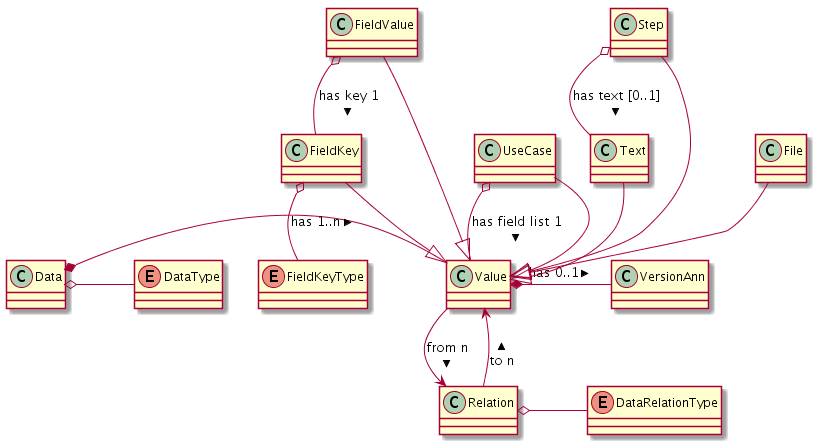
The PlantUML diagram Design/uce-db_schema.png in scala-steward/shipreq, before a commit. Source of this version:
```plantuml
@startuml

Data *- Value : has 1..n >
Value *- VersionAnn : has 0..1 >

Value --> Relation : from n >
Value <-- Relation : to n <

UseCase --|> Value
FieldKey --|> Value
FieldValue --|> Value
Text --|> Value
Step --|> Value
File --|> Value

enum DataType
enum DataRelationType
enum FieldKeyType

Data o- DataType
Relation o- DataRelationType
FieldKey o-- FieldKeyType

UseCase o-- Value : has field list 1 >
FieldValue o-- FieldKey : has key 1 >
Step o-- Text : has text [0..1] >

@enduml
```
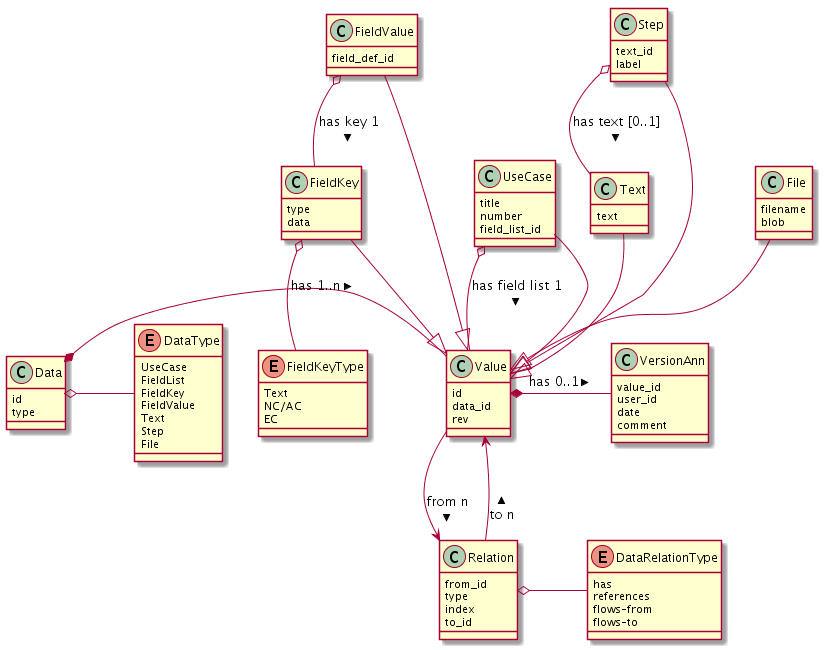
The same diagram one commit later.

Commit message:
Added fields to DB schema diagram

What changed in the source:
```diff
@@ -1,4 +1,70 @@
 @startuml
+
+class Data {
+  id
+  type
+}
+class Value {
+  id
+  data_id
+  rev
+}
+class VersionAnn {
+  value_id
+  user_id
+  date
+  comment
+}
+class UseCase {
+  title
+  number
+  field_list_id
+}
+class FieldKey {
+  type
+  data
+}
+class FieldValue {
+  field_def_id
+}
+class Text {
+  text
+}
+class Step {
+  text_id
+  label
+}
+class File {
+  filename
+  blob
+}
+class Relation {
+  from_id
+  type
+  index
+  to_id
+}
+
+enum DataType {
+  UseCase
+  FieldList
+  FieldKey
+  FieldValue
+  Text
+  Step
+  File
+}
+enum DataRelationType {
+  has
+  references
+  flows-from
+  flows-to
+}
+enum FieldKeyType {
+  Text
+  NC/AC
+  EC
+}
 
 Data *- Value : has 1..n >
 Value *- VersionAnn : has 0..1 >
@@ -13,10 +79,6 @@
 Step --|> Value
 File --|> Value
 
-enum DataType
-enum DataRelationType
-enum FieldKeyType
-
 Data o- DataType
 Relation o- DataRelationType
 FieldKey o-- FieldKeyType
```
